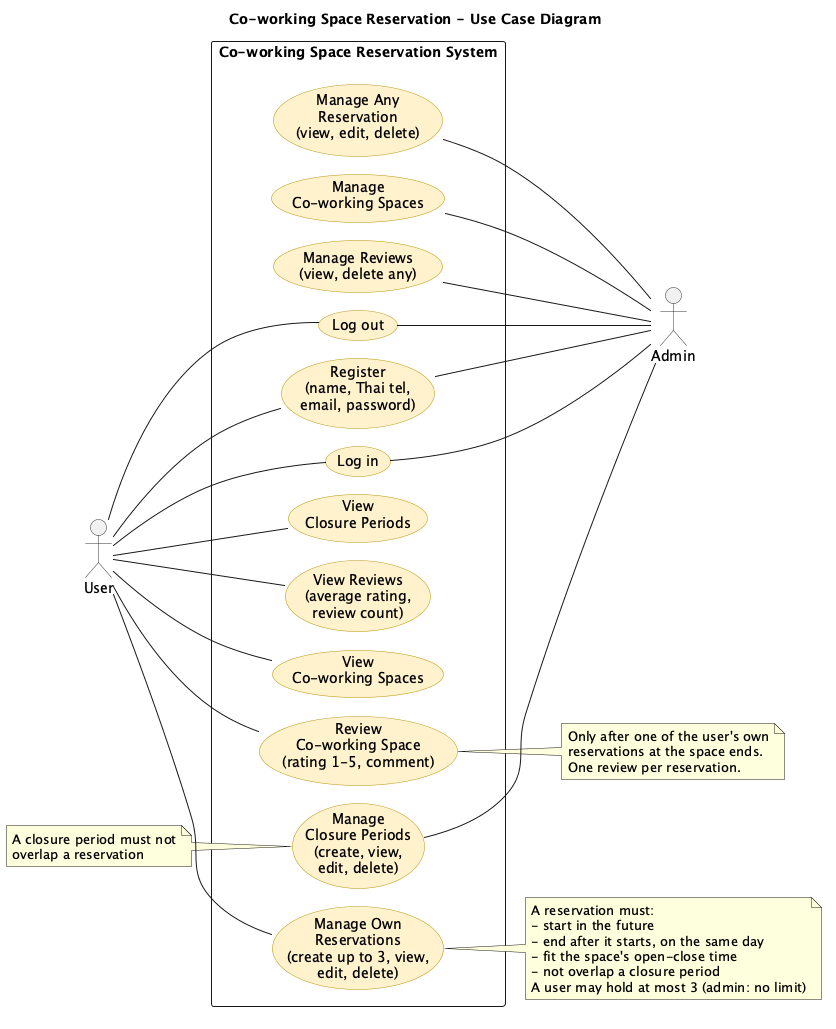
The PlantUML diagram docs/diagrams/png/usecase.png in TonBoonchai/Co-working-Space-Reservation, before a commit.
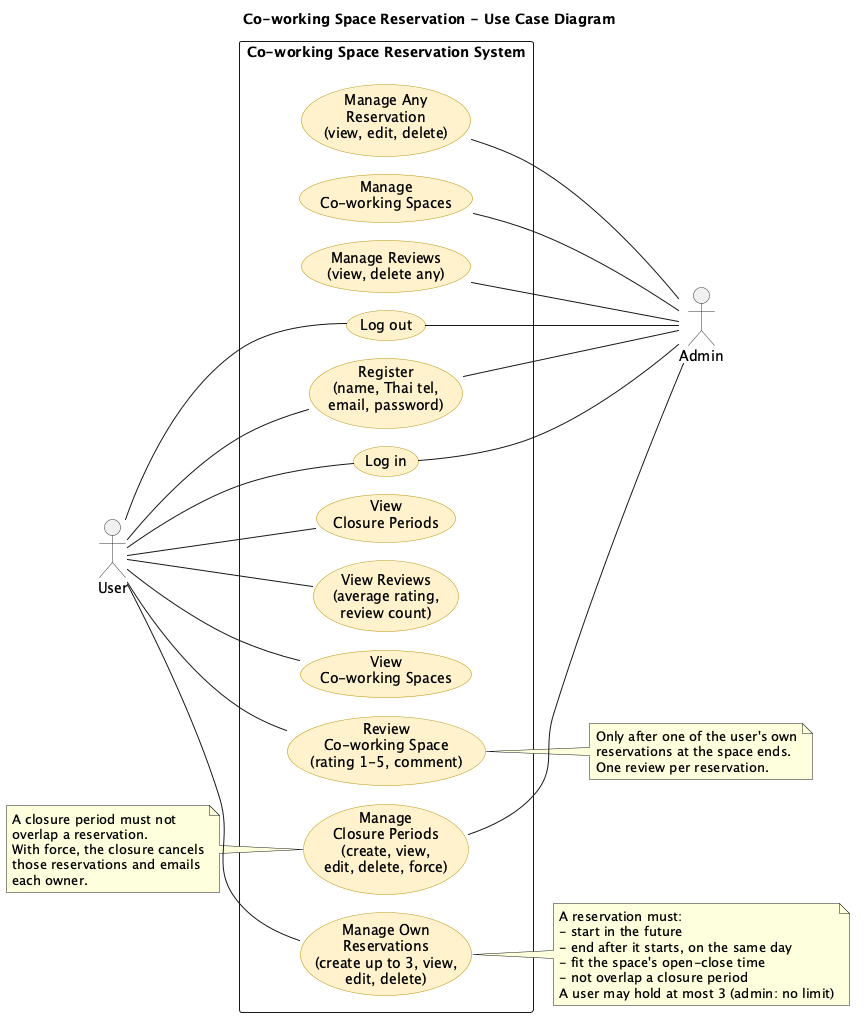
After the commit.

Commit message:
feat: add force closure with cancellation emails (#7)

What changed in the source:
```diff
@@ -22,7 +22,7 @@
   usecase "Manage Own\nReservations\n(create up to 3, view,\nedit, delete)" as manageOwn
   usecase "Manage Any\nReservation\n(view, edit, delete)" as manageAny
   usecase "Manage\nCo-working Spaces" as manageSpaces
-  usecase "Manage\nClosure Periods\n(create, view,\nedit, delete)" as manageClosures
+  usecase "Manage\nClosure Periods\n(create, view,\nedit, delete, force)" as manageClosures
   usecase "Manage Reviews\n(view, delete any)" as manageReviews
 }
 
@@ -60,6 +60,9 @@
 
 note left of manageClosures
   A closure period must not
-  overlap a reservation
+  overlap a reservation.
+  With force, the closure cancels
+  those reservations and emails
+  each owner.
 end note
 @enduml
```
